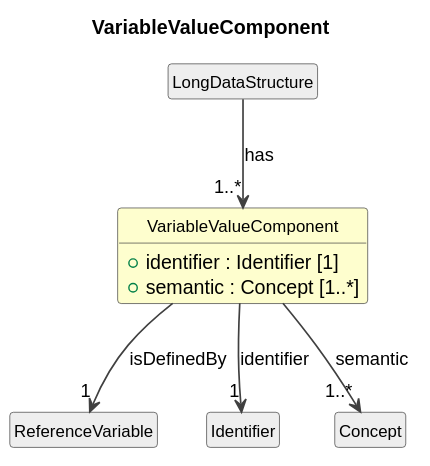
Cross-Domain-Interoperability-Framework/metadataBuildingBlocks keeps this PlantUML diagram as cdif-uml-model/CDIFDataStructure/Classes/VariableValueComponent.svg. Above is the earlier version.
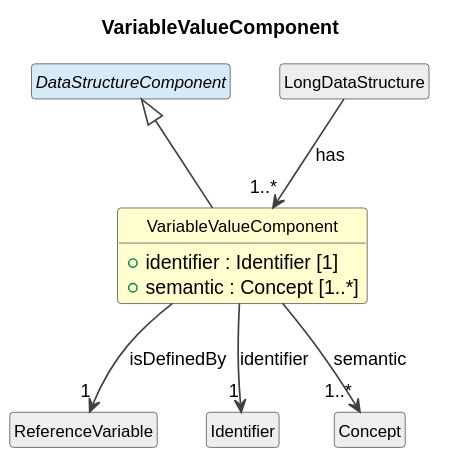
Above is the later version.

Change to the diagram source:
```diff
@@ -14,6 +14,8 @@
   +identifier : Identifier [1]
   +semantic : Concept [1..*]
 }
+abstract class "DataStructureComponent" as DataStructureComponent #D6EAF8
+DataStructureComponent <|-- VariableValueComponent
 class "LongDataStructure" as LongDataStructure #EEEEEE
 LongDataStructure --> "1..*" VariableValueComponent : has
 class "ReferenceVariable" as ReferenceVariable #EEEEEE
```
